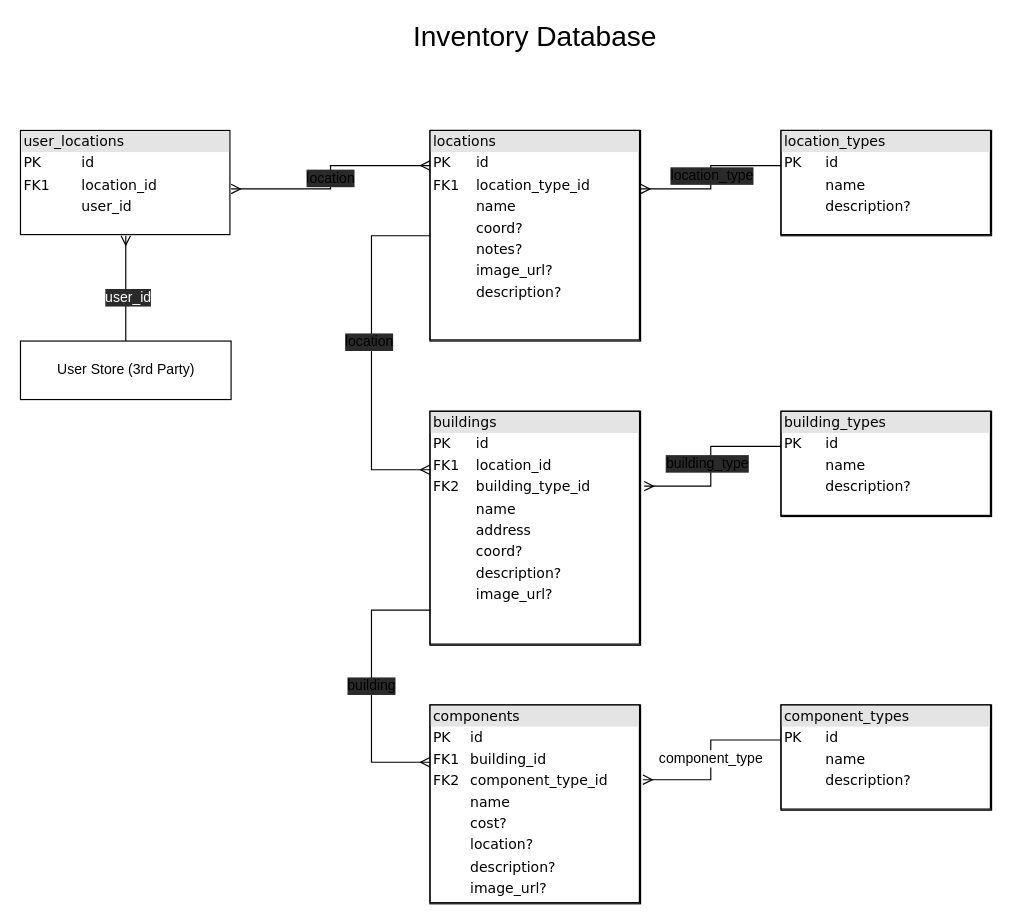
Above: database/docs/database-diagrams.drawio in vanister/inventory (draw.io), before the change. Source tidied: cells renumbered, new cells numbered last; positions are measured from the earlier drawing's top-left corner, leaving out a move shared by most shapes. Both pictures are drawn from the tidied source at 117%, with x=0, y=0 at pixel (20, 25).
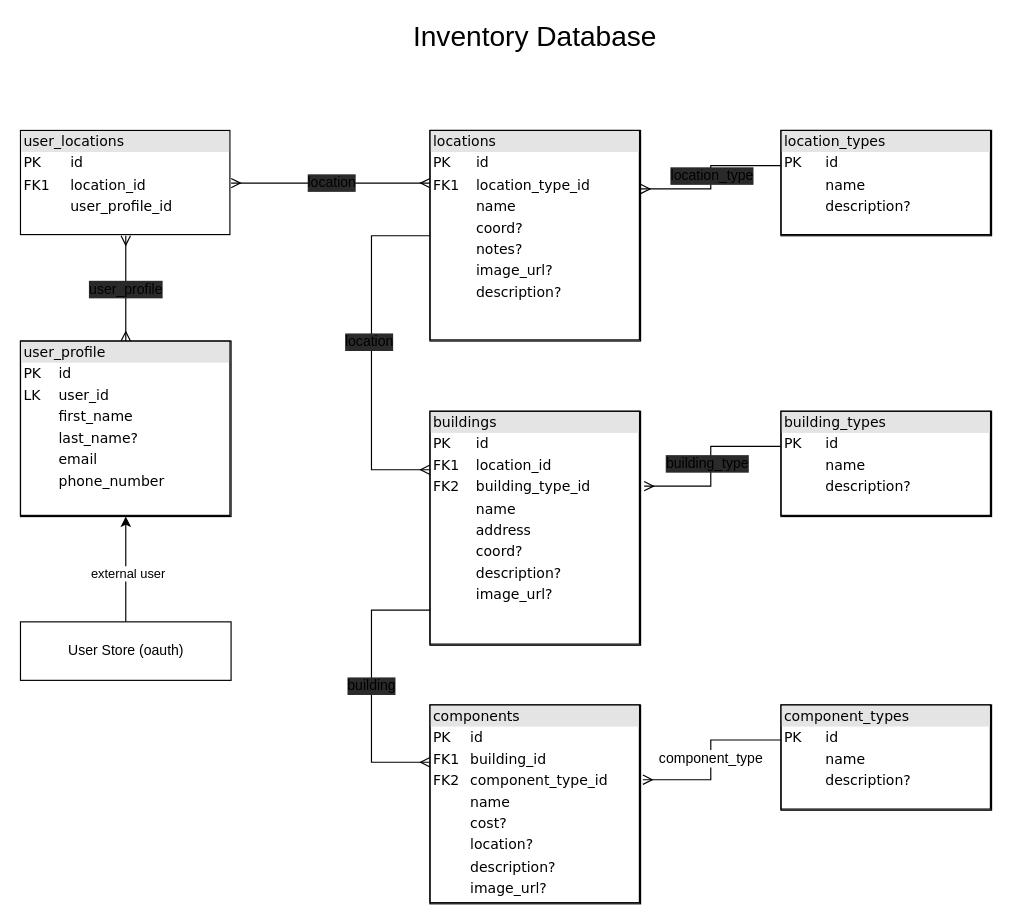
After the change.

Commit message:
Added user_profile table to design

The change refers to these unchanged cells:
```xml
<mxCell id="6" value="&lt;div style=&quot;box-sizing: border-box ; width: 100% ; background: #e4e4e4 ; padding: 2px&quot;&gt;&lt;font color=&quot;#000000&quot;&gt;locations&lt;/font&gt;&lt;/div&gt;&lt;table style=&quot;width: 100% ; font-size: 1em&quot; cellspacing=&quot;0&quot; cellpadding=&quot;2&quot;&gt;&lt;tbody&gt;&lt;tr&gt;&lt;td&gt;PK&lt;/td&gt;&lt;td&gt;id&lt;/td&gt;&lt;/tr&gt;&lt;tr&gt;&lt;td&gt;FK1&lt;br&gt;&lt;/td&gt;&lt;td&gt;location_type_id&lt;br&gt;&lt;/td&gt;&lt;/tr&gt;&lt;tr&gt;&lt;td&gt;&lt;br&gt;&lt;/td&gt;&lt;td&gt;name&lt;br&gt;&lt;/td&gt;&lt;/tr&gt;&lt;tr&gt;&lt;td&gt;&lt;br&gt;&lt;/td&gt;&lt;td&gt;coord?&lt;br&gt;&lt;/td&gt;&lt;/tr&gt;&lt;tr&gt;&lt;td&gt;&lt;br&gt;&lt;/td&gt;&lt;td&gt;notes?&lt;br&gt;&lt;/td&gt;&lt;/tr&gt;&lt;tr&gt;&lt;td&gt;&lt;br&gt;&lt;/td&gt;&lt;td&gt;image_url?&lt;/td&gt;&lt;/tr&gt;&lt;tr&gt;&lt;td&gt;&lt;br&gt;&lt;/td&gt;&lt;td&gt;description?&lt;/td&gt;&lt;/tr&gt;&lt;tr&gt;&lt;td&gt;&lt;br&gt;&lt;/td&gt;&lt;td&gt;&lt;br&gt;&lt;/td&gt;&lt;/tr&gt;&lt;/tbody&gt;&lt;/table&gt;" style="verticalAlign=top;align=left;overflow=fill;html=1;rounded=0;shadow=0;comic=0;labelBackgroundColor=none;strokeColor=#000000;strokeWidth=1;fontFamily=Verdana;fontSize=12;labelBorderColor=#000000;" parent="1" vertex="1">
  <mxGeometry x="350" y="90" width="180" height="180" as="geometry" />
</mxCell>
```

Change to the diagram source:
```diff
@@
-    <mxCell id="2" style="edgeStyle=orthogonalEdgeStyle;rounded=0;jettySize=auto;html=1;startArrow=ERmany;startFill=0;endArrow=ERmany;endFill=0;fontSize=12;" parent="1" edge="1" source="6" target="18">
+    <mxCell id="2" style="edgeStyle=orthogonalEdgeStyle;rounded=0;jettySize=auto;html=1;startArrow=ERmany;startFill=0;endArrow=ERmany;endFill=0;fontSize=12;entryX=1;entryY=0.5;entryDx=0;entryDy=0;exitX=0;exitY=0.25;exitDx=0;exitDy=0;" parent="1" edge="1" source="6" target="18">
       <mxGeometry relative="1" as="geometry">
         <Array as="points">
-          <mxPoint x="265" y="120" />
-          <mxPoint x="265" y="140" />
+          <mxPoint x="210" y="135" />
+          <mxPoint x="210" y="135" />
         </Array>
       </mxGeometry>
     </mxCell>
@@
-    <mxCell id="18" value="&lt;div style=&quot;box-sizing: border-box ; width: 100% ; background: #e4e4e4 ; padding: 2px&quot;&gt;&lt;font color=&quot;#000000&quot;&gt;user_locations&lt;/font&gt;&lt;/div&gt;&lt;table style=&quot;width: 100% ; font-size: 1em&quot; cellspacing=&quot;0&quot; cellpadding=&quot;2&quot;&gt;&lt;tbody&gt;&lt;tr&gt;&lt;td&gt;PK&lt;/td&gt;&lt;td&gt;id&lt;/td&gt;&lt;/tr&gt;&lt;tr&gt;&lt;td&gt;FK1&lt;/td&gt;&lt;td&gt;location_id&lt;/td&gt;&lt;/tr&gt;&lt;tr&gt;&lt;td&gt;&lt;br&gt;&lt;/td&gt;&lt;td&gt;user_id&lt;br&gt;&lt;/td&gt;&lt;/tr&gt;&lt;/tbody&gt;&lt;/table&gt;" style="verticalAlign=top;align=left;overflow=fill;html=1;rounded=0;shadow=0;comic=0;labelBackgroundColor=none;strokeWidth=1;fontFamily=Verdana;fontSize=12;labelBorderColor=#000000;strokeColor=none;" parent="1" vertex="1">
+    <mxCell id="18" value="&lt;div style=&quot;box-sizing: border-box ; width: 100% ; background: #e4e4e4 ; padding: 2px&quot;&gt;&lt;font color=&quot;#000000&quot;&gt;user_locations&lt;/font&gt;&lt;/div&gt;&lt;table style=&quot;width: 100% ; font-size: 1em&quot; cellspacing=&quot;0&quot; cellpadding=&quot;2&quot;&gt;&lt;tbody&gt;&lt;tr&gt;&lt;td&gt;PK&lt;/td&gt;&lt;td&gt;id&lt;/td&gt;&lt;/tr&gt;&lt;tr&gt;&lt;td&gt;FK1&lt;/td&gt;&lt;td&gt;location_id&lt;/td&gt;&lt;/tr&gt;&lt;tr&gt;&lt;td&gt;&lt;br&gt;&lt;/td&gt;&lt;td&gt;user_profile_id&lt;br&gt;&lt;/td&gt;&lt;/tr&gt;&lt;/tbody&gt;&lt;/table&gt;" style="verticalAlign=top;align=left;overflow=fill;html=1;rounded=0;shadow=0;comic=0;labelBackgroundColor=none;strokeWidth=1;fontFamily=Verdana;fontSize=12;labelBorderColor=#000000;strokeColor=none;" parent="1" vertex="1">
       <mxGeometry y="90" width="180" height="90" as="geometry" />
     </mxCell>
-    <mxCell id="19" style="edgeStyle=orthogonalEdgeStyle;rounded=0;jettySize=auto;html=1;entryX=0.5;entryY=1;entryDx=0;entryDy=0;startArrow=none;startFill=0;endArrow=ERmany;endFill=0;fontSize=12;labelBackgroundColor=none;" parent="1" edge="1" source="21" target="18">
-      <mxGeometry relative="1" as="geometry" />
-    </mxCell>
-    <mxCell id="20" value="&lt;font color=&quot;#ffffff&quot;&gt;user_id&lt;/font&gt;" style="text;html=1;align=center;verticalAlign=middle;labelBackgroundColor=#2A2A2A;fontSize=12;" parent="19" vertex="1">
-      <mxGeometry x="0.29" y="-1" relative="1" as="geometry">
-        <mxPoint y="20" as="offset" />
-      </mxGeometry>
-    </mxCell>
+    <mxCell id="23" style="edgeStyle=orthogonalEdgeStyle;rounded=0;jettySize=auto;html=1;entryX=0.5;entryY=1;entryDx=0;entryDy=0;" parent="1" edge="1" source="21" target="25">
+      <mxGeometry relative="1" as="geometry" />
+    </mxCell>
+    <mxCell id="24" value="external user" style="edgeLabel;html=1;align=center;verticalAlign=middle;" parent="23" vertex="1">
+      <mxGeometry x="-0.07" y="-1" relative="1" as="geometry" />
+    </mxCell>
-    <mxCell id="21" value="User Store (3rd Party)" style="html=1;" parent="1" vertex="1">
-      <mxGeometry y="270" width="180" height="50" as="geometry" />
+    <mxCell id="21" value="User Store (oauth)" style="html=1;" parent="1" vertex="1">
+      <mxGeometry y="510" width="180" height="50" as="geometry" />
     </mxCell>
@@
+    <mxCell id="25" value="&lt;div style=&quot;box-sizing: border-box ; width: 100% ; background: #e4e4e4 ; padding: 2px&quot;&gt;&lt;font color=&quot;#000000&quot;&gt;user_profile&lt;/font&gt;&lt;/div&gt;&lt;table style=&quot;width: 100% ; font-size: 1em&quot; cellspacing=&quot;0&quot; cellpadding=&quot;2&quot;&gt;&lt;tbody&gt;&lt;tr&gt;&lt;td&gt;PK&lt;/td&gt;&lt;td&gt;id&lt;br&gt;&lt;/td&gt;&lt;/tr&gt;&lt;tr&gt;&lt;td&gt;LK&lt;/td&gt;&lt;td&gt;user_id&lt;/td&gt;&lt;/tr&gt;&lt;tr&gt;&lt;td&gt;&lt;br&gt;&lt;/td&gt;&lt;td&gt;first_name&lt;br&gt;&lt;/td&gt;&lt;/tr&gt;&lt;tr&gt;&lt;td&gt;&lt;br&gt;&lt;/td&gt;&lt;td&gt;last_name?&lt;br&gt;&lt;/td&gt;&lt;/tr&gt;&lt;tr&gt;&lt;td&gt;&lt;br&gt;&lt;/td&gt;&lt;td&gt;email&lt;/td&gt;&lt;/tr&gt;&lt;tr&gt;&lt;td&gt;&lt;br&gt;&lt;/td&gt;&lt;td&gt;phone_number&lt;/td&gt;&lt;/tr&gt;&lt;/tbody&gt;&lt;/table&gt;" style="verticalAlign=top;align=left;overflow=fill;html=1;rounded=0;shadow=0;comic=0;labelBackgroundColor=none;strokeColor=#000000;strokeWidth=1;fontFamily=Verdana;fontSize=12;labelBorderColor=#000000;" parent="1" vertex="1">
+      <mxGeometry y="270" width="180" height="150" as="geometry" />
+    </mxCell>
+    <mxCell id="26" style="edgeStyle=orthogonalEdgeStyle;rounded=0;jettySize=auto;html=1;startArrow=ERmany;startFill=0;endArrow=ERmany;endFill=0;fontSize=12;entryX=0.5;entryY=0;entryDx=0;entryDy=0;exitX=0.5;exitY=1;exitDx=0;exitDy=0;" parent="1" edge="1" source="18" target="25">
+      <mxGeometry relative="1" as="geometry" />
+    </mxCell>
+    <mxCell id="27" value="user_profile" style="text;html=1;align=center;verticalAlign=middle;labelBackgroundColor=#2A2A2A;fontSize=12;" parent="26" vertex="1">
+      <mxGeometry y="-1" relative="1" as="geometry" />
+    </mxCell>
```
